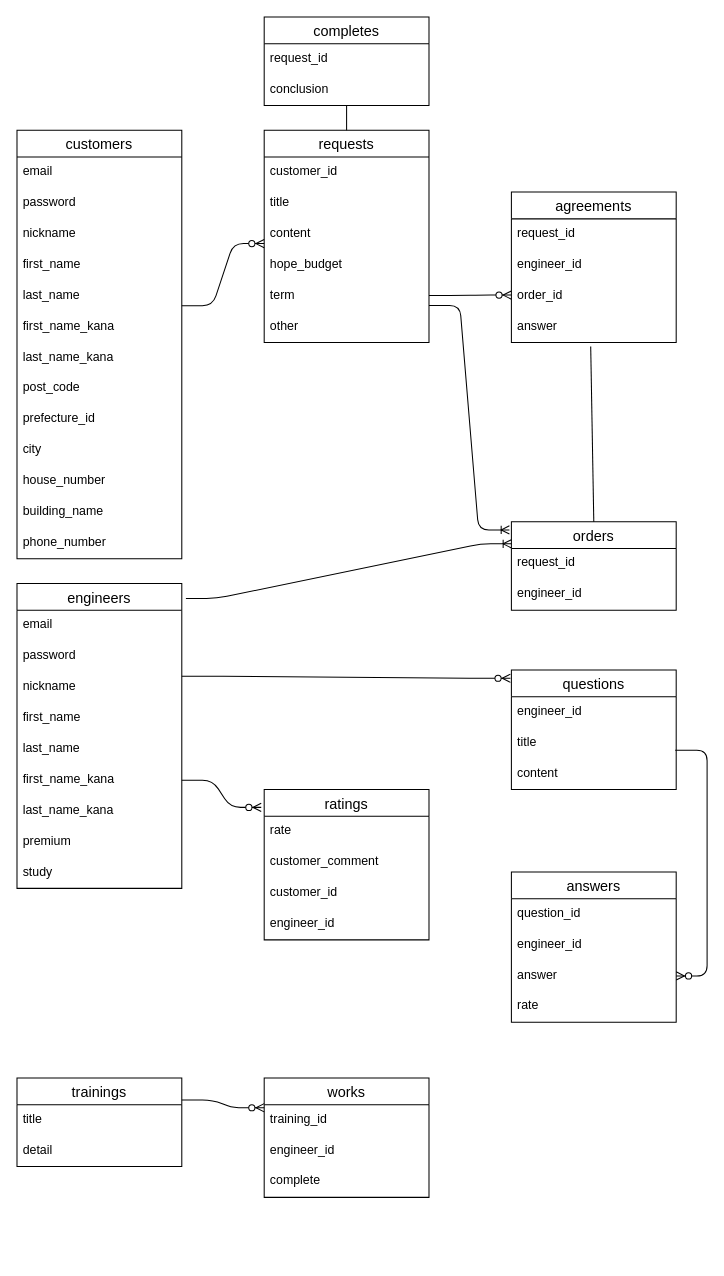
ikun2019/exece_bridge keeps this draw.io diagram as er.dio. Above is the earlier version. Source tidied: cells renumbered, new cells numbered last; positions are measured from the earlier drawing's top-left corner, leaving out a move shared by most shapes. Both pictures are drawn from the tidied source at 103%, with x=0, y=0 at pixel (16, 16).
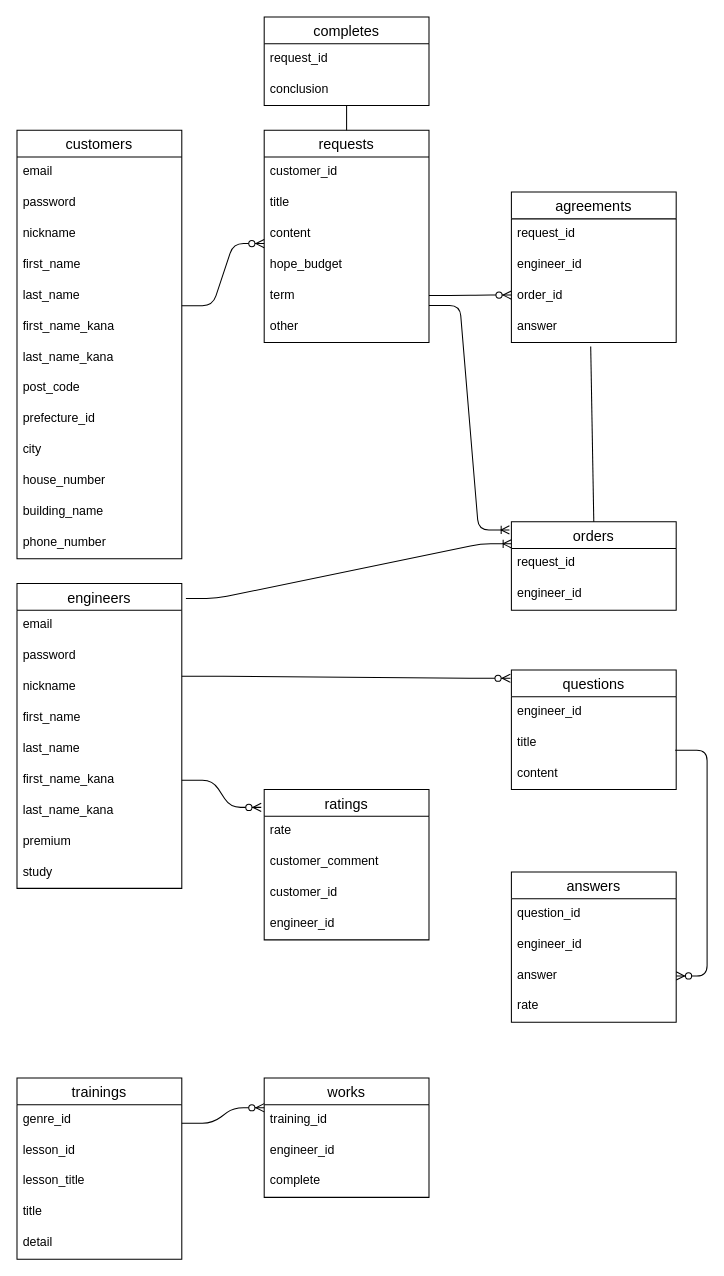
After the change.

Diff of the diagram source:
```diff
@@
     <mxCell id="67" value="trainings" style="swimlane;fontStyle=0;horizontal=1;startSize=26;align=center;fontSize=14;" parent="1" vertex="1">
-      <mxGeometry y="1030" width="160" height="86" as="geometry" />
+      <mxGeometry y="1030" width="160" height="176" as="geometry" />
     </mxCell>
-    <mxCell id="68" value="title" style="text;strokeColor=none;fillColor=none;spacingLeft=4;spacingRight=4;overflow=hidden;fontSize=12;" parent="67" vertex="1">
+    <mxCell id="68" value="genre_id" style="text;strokeColor=none;fillColor=none;spacingLeft=4;spacingRight=4;overflow=hidden;fontSize=12;" parent="67" vertex="1">
       <mxGeometry y="26" width="160" height="30" as="geometry" />
     </mxCell>
+    <mxCell id="75" value="lesson_id" style="text;strokeColor=none;fillColor=none;spacingLeft=4;spacingRight=4;overflow=hidden;fontSize=12;" parent="67" vertex="1">
+      <mxGeometry y="56" width="160" height="30" as="geometry" />
+    </mxCell>
+    <mxCell id="76" value="lesson_title" style="text;strokeColor=none;fillColor=none;spacingLeft=4;spacingRight=4;overflow=hidden;fontSize=12;" parent="67" vertex="1">
+      <mxGeometry y="86" width="160" height="30" as="geometry" />
+    </mxCell>
+    <mxCell id="77" value="title" style="text;strokeColor=none;fillColor=none;spacingLeft=4;spacingRight=4;overflow=hidden;fontSize=12;" parent="67" vertex="1">
+      <mxGeometry y="116" width="160" height="30" as="geometry" />
+    </mxCell>
     <mxCell id="69" value="detail" style="text;strokeColor=none;fillColor=none;spacingLeft=4;spacingRight=4;overflow=hidden;fontSize=12;" parent="67" vertex="1">
-      <mxGeometry y="56" width="160" height="30" as="geometry" />
+      <mxGeometry y="146" width="160" height="30" as="geometry" />
     </mxCell>
```
